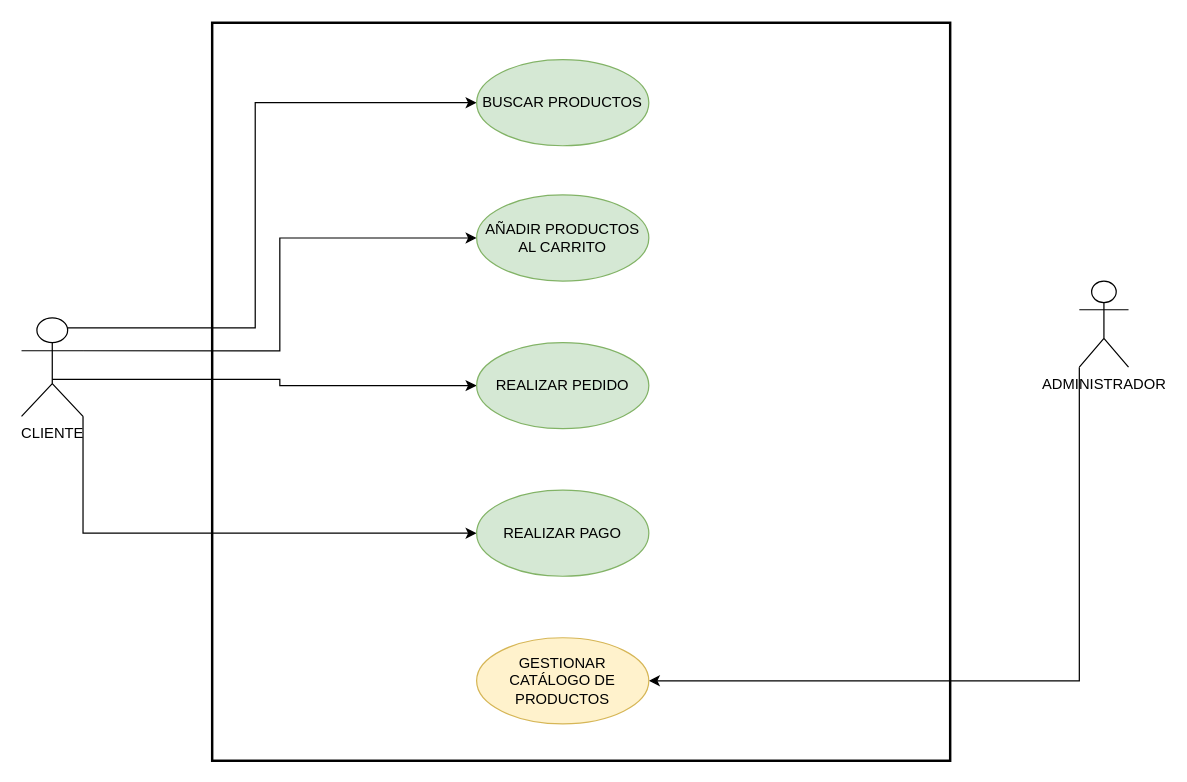
Above: Diagrama sistema de compras en linea.drawio in Cdiagal/io-dig (draw.io), before the change. Source tidied: cells renumbered, new cells numbered last; positions are measured from the earlier drawing's top-left corner, leaving out a move shared by most shapes. Both pictures are drawn from the tidied source at 123%, with x=0, y=0 at pixel (21, 22).
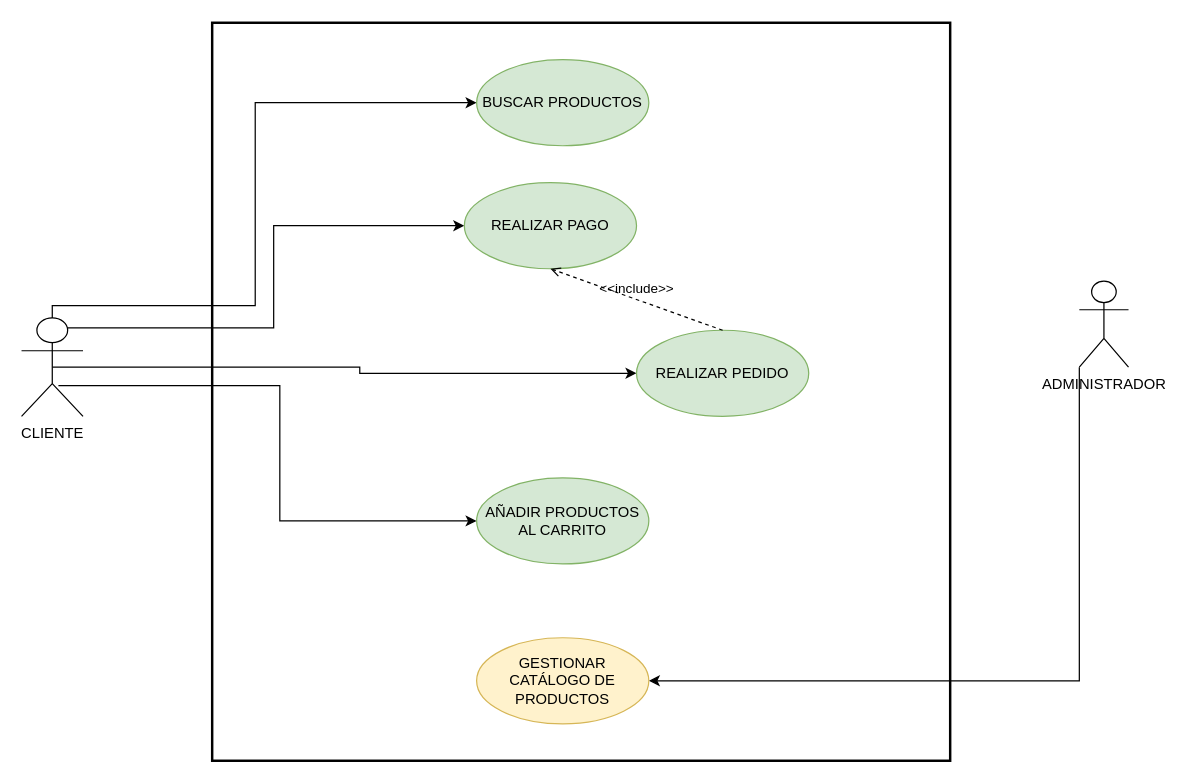
After the change.

Change to the diagram source:
```diff
@@
 <mxGraphModel>
   <root>
     <mxCell id="0" />
     <mxCell id="1" parent="0" />
     <mxCell id="2" style="whiteSpace=wrap;html=1;fillColor=none;strokeWidth=2;" parent="1" vertex="1">
       <mxGeometry x="155" width="600" height="600" as="geometry" />
     </mxCell>
-    <mxCell id="3" style="edgeStyle=orthogonalEdgeStyle;rounded=0;jettySize=auto;html=1;exitX=0.75;exitY=0.1;exitDx=0;exitDy=0;exitPerimeter=0;entryX=0;entryY=0.5;entryDx=0;entryDy=0;" parent="1" edge="1" source="7" target="11">
+    <mxCell id="3" style="edgeStyle=orthogonalEdgeStyle;rounded=0;jettySize=auto;html=1;entryX=0;entryY=0.5;entryDx=0;entryDy=0;exitX=0.5;exitY=0;exitDx=0;exitDy=0;exitPerimeter=0;" parent="1" edge="1" source="7" target="11">
       <mxGeometry relative="1" as="geometry">
         <Array as="points">
-          <mxPoint x="190" y="248" />
+          <mxPoint x="25" y="230" />
+          <mxPoint x="190" y="230" />
           <mxPoint x="190" y="65" />
         </Array>
       </mxGeometry>
     </mxCell>
-    <mxCell id="4" style="edgeStyle=orthogonalEdgeStyle;rounded=0;jettySize=auto;html=1;exitX=0.5;exitY=0.625;exitDx=0;exitDy=0;exitPerimeter=0;entryX=0;entryY=0.5;entryDx=0;entryDy=0;" parent="1" edge="1" source="7" target="13">
+    <mxCell id="4" style="edgeStyle=orthogonalEdgeStyle;rounded=0;jettySize=auto;html=1;exitX=0.5;exitY=0.5;exitDx=0;exitDy=0;exitPerimeter=0;entryX=0;entryY=0.5;entryDx=0;entryDy=0;" parent="1" edge="1" source="7" target="13">
       <mxGeometry relative="1" as="geometry" />
     </mxCell>
-    <mxCell id="5" style="edgeStyle=orthogonalEdgeStyle;rounded=0;jettySize=auto;html=1;exitX=1;exitY=0.3333333333333333;exitDx=0;exitDy=0;exitPerimeter=0;entryX=0;entryY=0.5;entryDx=0;entryDy=0;" parent="1" edge="1" source="7" target="10">
+    <mxCell id="5" style="edgeStyle=orthogonalEdgeStyle;rounded=0;jettySize=auto;html=1;exitX=0.6;exitY=0.688;exitDx=0;exitDy=0;exitPerimeter=0;entryX=0;entryY=0.5;entryDx=0;entryDy=0;" parent="1" edge="1" source="7" target="10">
       <mxGeometry relative="1" as="geometry" />
     </mxCell>
-    <mxCell id="6" style="edgeStyle=orthogonalEdgeStyle;rounded=0;jettySize=auto;html=1;exitX=1;exitY=1;exitDx=0;exitDy=0;exitPerimeter=0;entryX=0;entryY=0.5;entryDx=0;entryDy=0;" parent="1" edge="1" source="7" target="12">
+    <mxCell id="6" style="edgeStyle=orthogonalEdgeStyle;rounded=0;jettySize=auto;html=1;exitX=0.75;exitY=0.1;exitDx=0;exitDy=0;exitPerimeter=0;entryX=0;entryY=0.5;entryDx=0;entryDy=0;" parent="1" edge="1" source="7" target="12">
       <mxGeometry relative="1" as="geometry" />
     </mxCell>
     <mxCell id="7" value="CLIENTE" style="shape=umlActor;html=1;verticalLabelPosition=bottom;verticalAlign=top;align=center;" parent="1" vertex="1">
       <mxGeometry y="240" width="50" height="80" as="geometry" />
     </mxCell>
     <mxCell id="8" style="edgeStyle=orthogonalEdgeStyle;rounded=0;jettySize=auto;html=1;exitX=0;exitY=1;exitDx=0;exitDy=0;exitPerimeter=0;entryX=1;entryY=0.5;entryDx=0;entryDy=0;" parent="1" edge="1" source="9" target="14">
       <mxGeometry relative="1" as="geometry" />
     </mxCell>
     <mxCell id="9" value="ADMINISTRADOR&lt;div&gt;&lt;br&gt;&lt;/div&gt;" style="shape=umlActor;html=1;verticalLabelPosition=bottom;verticalAlign=top;align=center;" parent="1" vertex="1">
       <mxGeometry x="860" y="210" width="40" height="70" as="geometry" />
     </mxCell>
     <mxCell id="10" value="AÑADIR PRODUCTOS AL CARRITO" style="ellipse;whiteSpace=wrap;html=1;fillColor=#d5e8d4;strokeColor=#82b366;" parent="1" vertex="1">
-      <mxGeometry x="370" y="140" width="140" height="70" as="geometry" />
+      <mxGeometry x="370" y="370" width="140" height="70" as="geometry" />
     </mxCell>
     <mxCell id="11" value="BUSCAR PRODUCTOS" style="ellipse;whiteSpace=wrap;html=1;fillColor=#d5e8d4;strokeColor=#82b366;" parent="1" vertex="1">
       <mxGeometry x="370" y="30" width="140" height="70" as="geometry" />
     </mxCell>
     <mxCell id="12" value="REALIZAR PAGO" style="ellipse;whiteSpace=wrap;html=1;fillColor=#d5e8d4;strokeColor=#82b366;" parent="1" vertex="1">
-      <mxGeometry x="370" y="380" width="140" height="70" as="geometry" />
+      <mxGeometry x="360" y="130" width="140" height="70" as="geometry" />
     </mxCell>
     <mxCell id="13" value="REALIZAR PEDIDO" style="ellipse;whiteSpace=wrap;html=1;fillColor=#d5e8d4;strokeColor=#82b366;" parent="1" vertex="1">
-      <mxGeometry x="370" y="260" width="140" height="70" as="geometry" />
+      <mxGeometry x="500" y="250" width="140" height="70" as="geometry" />
     </mxCell>
     <mxCell id="14" value="GESTIONAR CATÁLOGO DE PRODUCTOS" style="ellipse;whiteSpace=wrap;html=1;fillColor=#fff2cc;strokeColor=#d6b656;" parent="1" vertex="1">
       <mxGeometry x="370" y="500" width="140" height="70" as="geometry" />
     </mxCell>
+    <mxCell id="15" value="&amp;lt;&amp;lt;include&amp;gt;&amp;gt;" style="edgeStyle=none;html=1;endArrow=open;verticalAlign=bottom;dashed=1;labelBackgroundColor=none;rounded=0;entryX=0.5;entryY=1;entryDx=0;entryDy=0;exitX=0.5;exitY=0;exitDx=0;exitDy=0;" parent="1" edge="1" source="13" target="12">
+      <mxGeometry relative="1" as="geometry" />
+    </mxCell>
   </root>
 </mxGraphModel>
```
